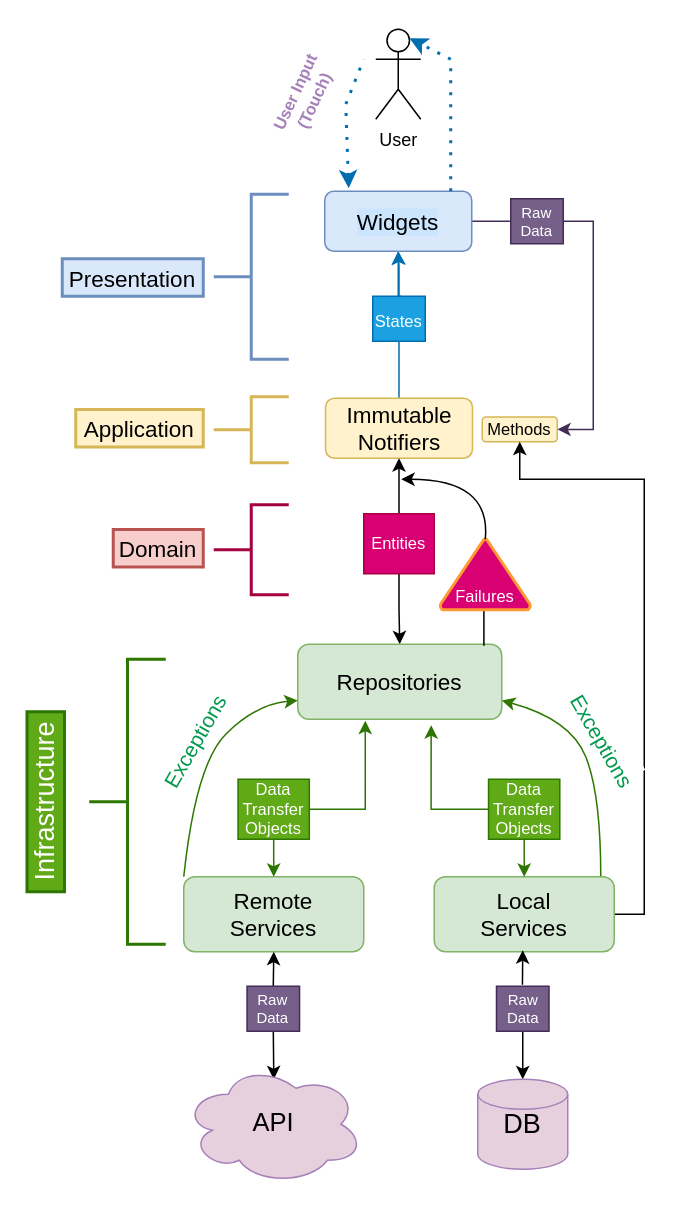
Earlier version of the draw.io diagram flutter_architecture.drawio (jeks0n/flutter_architecture). Source tidied: cells renumbered, new cells numbered last; positions are measured from the earlier drawing's top-left corner, leaving out a move shared by most shapes. Both pictures are drawn from the tidied source at 150%, with x=0, y=0 at pixel (-45, 28).
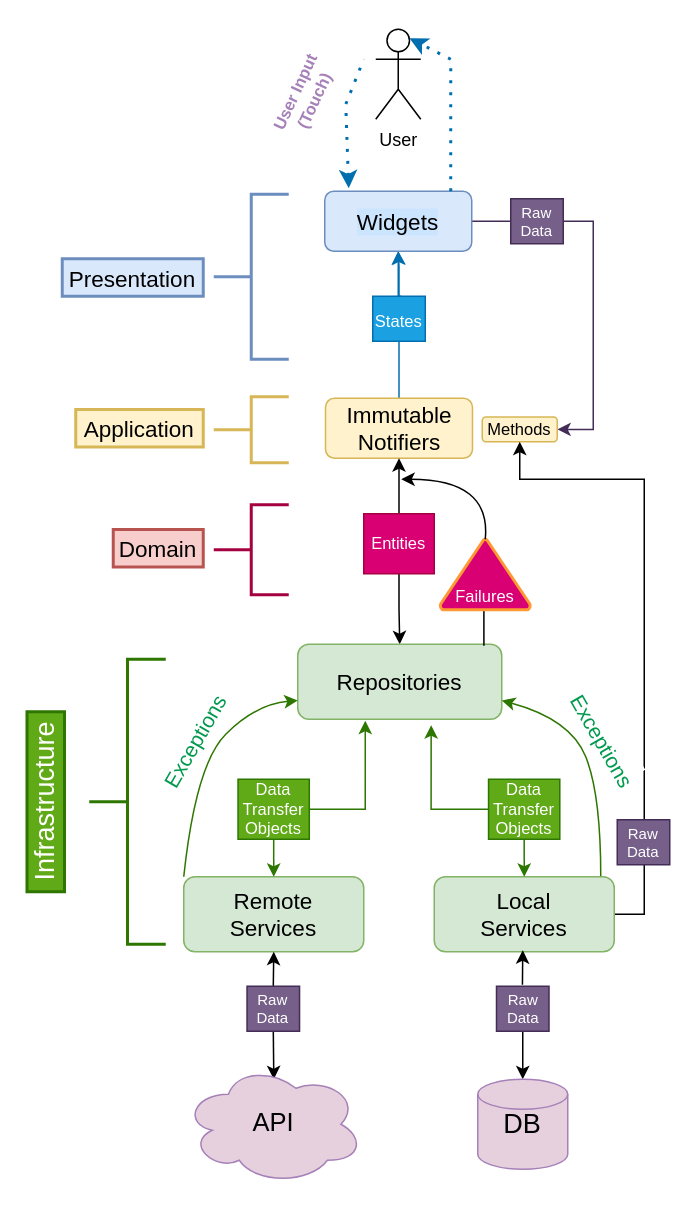
After the change.

Commit message:
fix Raw Data

The edit, as a diff of the source:
```diff
@@
+    <mxCell id="52" value="&lt;font style=&quot;font-size: 10px; line-height: 1;&quot;&gt;Raw Data&lt;/font&gt;" style="rounded=0;whiteSpace=wrap;html=1;fontSize=10;fontColor=#ffffff;fillColor=#76608a;strokeColor=#432D57;" parent="1" vertex="1">
+      <mxGeometry x="441" y="527" width="35" height="30" as="geometry" />
+    </mxCell>
```
